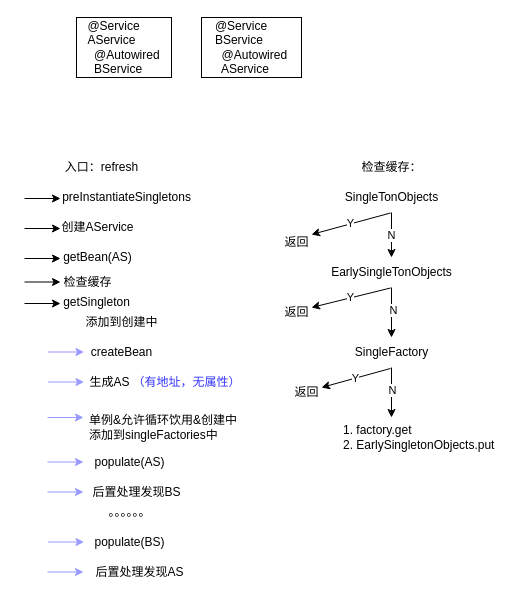
This is Spring三级缓存.drawio from koralcc/resource, a draw.io file, before an edit. Source tidied: cells renumbered, new cells numbered last; positions are measured from the earlier drawing's top-left corner, leaving out a move shared by most shapes. Both pictures are drawn from the tidied source at 100%, with x=0, y=0 at pixel (24, 17).
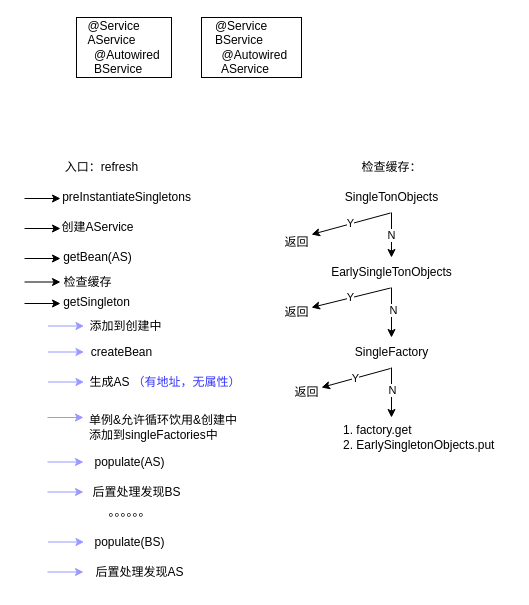
After the change.

The edit, as a diff of the source:
```diff
@@
     <mxCell id="31" value="添加到创建中" style="text;html=1;align=center;verticalAlign=middle;strokeColor=none;fillColor=none;fontColor=#000000;" parent="1" vertex="1">
-      <mxGeometry x="47" y="290" width="100" height="30" as="geometry" />
+      <mxGeometry x="51" y="294" width="100" height="30" as="geometry" />
     </mxCell>
@@
+    <mxCell id="48" style="endArrow=classic;html=1;rounded=0;fontColor=#CCCCFF;entryX=0.005;entryY=0.583;entryDx=0;entryDy=0;entryPerimeter=0;strokeColor=#9999FF;" parent="1" edge="1">
+      <mxGeometry relative="1" as="geometry">
+        <mxPoint x="23.5" y="308.5" as="sourcePoint" />
+        <mxPoint x="59.5" y="308.5" as="targetPoint" />
+      </mxGeometry>
+    </mxCell>
```
